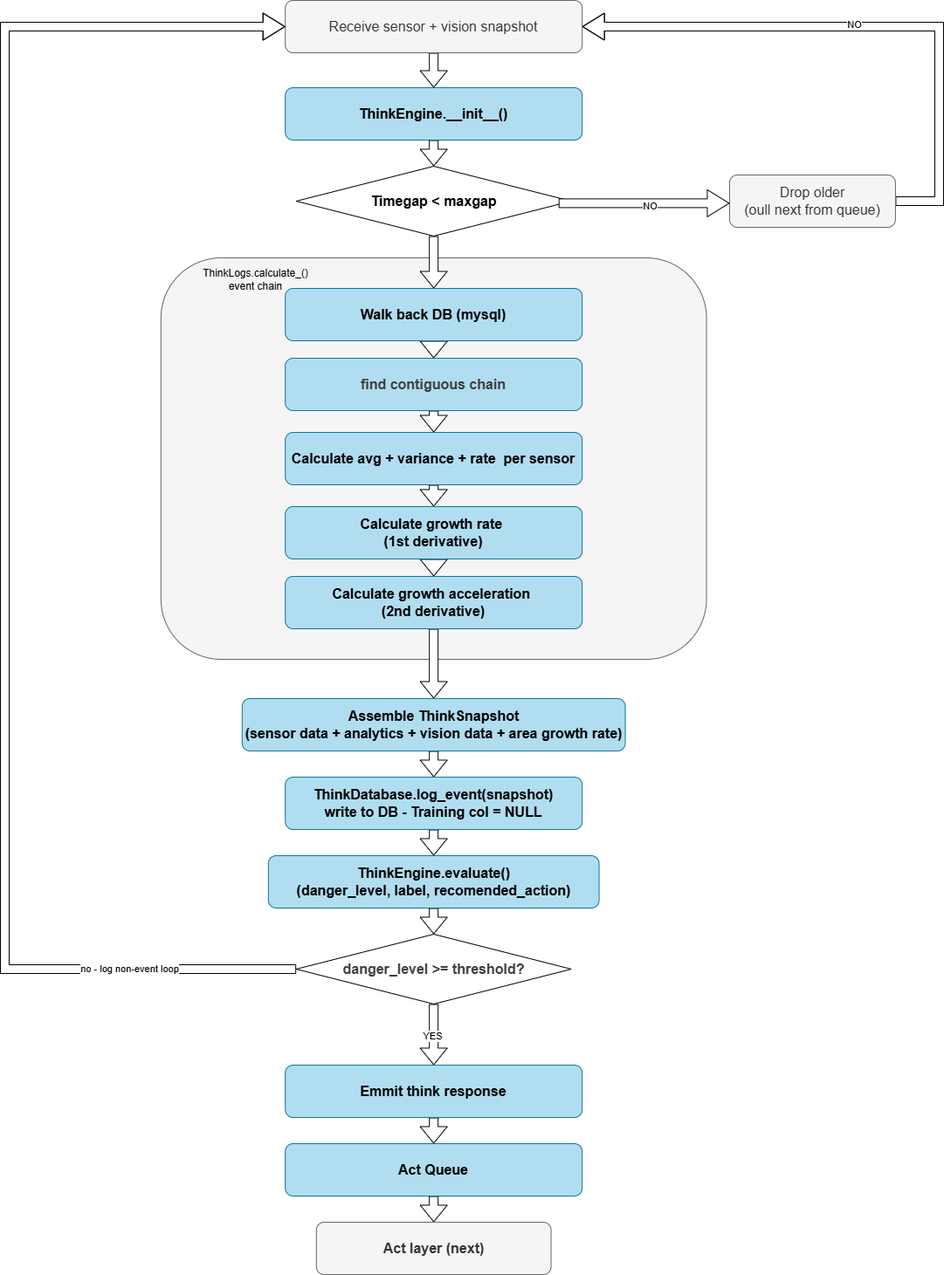
This is assets/flowchart_think.png from maya-fakih/smart_fire_extinguisher, a draw.io export, as it was before one commit. Source tidied: cells renumbered, new cells last; positions are measured from the earlier drawing's top-left corner, leaving out a move shared by most shapes. The source it was exported from:
```xml
<mxGraphModel>
  <root>
    <mxCell id="0" />
    <mxCell id="1" parent="0" />
    <mxCell id="2" value="T" style="rounded=1;whiteSpace=wrap;html=1;fillColor=#f5f5f5;strokeColor=#666666;fontColor=#333333;" parent="1" vertex="1">
      <mxGeometry x="178.8" y="295" width="624.7" height="460" as="geometry" />
    </mxCell>
    <mxCell id="3" style="edgeStyle=none;html=1;shape=flexArrow;fillColor=default;" parent="1" edge="1" source="4" target="8">
      <mxGeometry relative="1" as="geometry" />
    </mxCell>
    <mxCell id="4" value="&lt;font style=&quot;font-size: 16px;&quot;&gt;Receive sensor + vision snapshot&lt;/font&gt;" style="rounded=1;whiteSpace=wrap;html=1;fillColor=#f5f5f5;strokeColor=#666666;fontColor=#333333;" parent="1" vertex="1">
      <mxGeometry x="321.2" width="340" height="60" as="geometry" />
    </mxCell>
    <mxCell id="5" style="edgeStyle=none;html=1;entryX=0.5;entryY=0;entryDx=0;entryDy=0;shape=flexArrow;fillColor=default;" parent="1" edge="1" source="6" target="10">
      <mxGeometry relative="1" as="geometry" />
    </mxCell>
    <mxCell id="6" value="&lt;b&gt;&lt;font style=&quot;font-size: 16px;&quot;&gt;Timegap &amp;lt; maxgap&lt;/font&gt;&lt;/b&gt;" style="rhombus;whiteSpace=wrap;html=1;" parent="1" vertex="1">
      <mxGeometry x="333.7" y="190" width="315" height="80" as="geometry" />
    </mxCell>
    <mxCell id="7" style="edgeStyle=none;html=1;shape=flexArrow;fillColor=default;" parent="1" edge="1" source="8" target="6">
      <mxGeometry relative="1" as="geometry" />
    </mxCell>
    <mxCell id="8" value="&lt;font style=&quot;font-size: 16px;&quot;&gt;&lt;b&gt;ThinkEngine.__init__()&lt;/b&gt;&lt;/font&gt;" style="rounded=1;whiteSpace=wrap;html=1;fillColor=#b1ddf0;strokeColor=#10739e;" parent="1" vertex="1">
      <mxGeometry x="321.2" y="100" width="340" height="60" as="geometry" />
    </mxCell>
    <mxCell id="9" style="edgeStyle=none;html=1;shape=flexArrow;fillColor=default;" parent="1" edge="1" source="10" target="12">
      <mxGeometry relative="1" as="geometry" />
    </mxCell>
    <mxCell id="10" value="&lt;font style=&quot;font-size: 16px;&quot;&gt;&lt;b&gt;Walk back DB (mysql)&lt;/b&gt;&lt;/font&gt;" style="rounded=1;whiteSpace=wrap;html=1;fillColor=#b1ddf0;strokeColor=#10739e;" parent="1" vertex="1">
      <mxGeometry x="321.2" y="330" width="340" height="60" as="geometry" />
    </mxCell>
    <mxCell id="11" style="edgeStyle=none;html=1;shape=flexArrow;fillColor=default;" parent="1" edge="1" source="12" target="14">
      <mxGeometry relative="1" as="geometry" />
    </mxCell>
    <mxCell id="12" value="&lt;div style=&quot;text-align: start;&quot;&gt;&lt;b style=&quot;color: rgb(63, 63, 63); font-size: 16px; background-color: transparent;&quot;&gt;find contiguous&lt;/b&gt;&lt;b style=&quot;color: rgb(63, 63, 63); font-size: 16px; background-color: transparent;&quot;&gt;&amp;nbsp;chain&lt;/b&gt;&lt;/div&gt;" style="rounded=1;whiteSpace=wrap;html=1;fillColor=#b1ddf0;strokeColor=#10739e;" parent="1" vertex="1">
      <mxGeometry x="321.2" y="410" width="340" height="60" as="geometry" />
    </mxCell>
    <mxCell id="13" style="edgeStyle=none;html=1;shape=flexArrow;fillColor=default;" parent="1" edge="1" source="14" target="16">
      <mxGeometry relative="1" as="geometry" />
    </mxCell>
    <mxCell id="14" value="&lt;div style=&quot;text-align: start;&quot;&gt;&lt;span style=&quot;font-size: 16px;&quot;&gt;&lt;b&gt;Calculate avg + variance + rate&amp;nbsp; per sensor&lt;/b&gt;&lt;/span&gt;&lt;/div&gt;" style="rounded=1;whiteSpace=wrap;html=1;fillColor=#b1ddf0;strokeColor=#10739e;" parent="1" vertex="1">
      <mxGeometry x="321.2" y="495" width="340" height="60" as="geometry" />
    </mxCell>
    <mxCell id="15" style="edgeStyle=none;html=1;shape=flexArrow;fillColor=default;" parent="1" edge="1" source="16" target="18">
      <mxGeometry relative="1" as="geometry" />
    </mxCell>
    <mxCell id="16" value="&lt;span style=&quot;font-size: 16px;&quot;&gt;&lt;b&gt;Calculate growth rate&amp;nbsp;&lt;/b&gt;&lt;/span&gt;&lt;div&gt;&lt;span style=&quot;font-size: 16px;&quot;&gt;&lt;b&gt;(1st derivative)&lt;/b&gt;&lt;/span&gt;&lt;/div&gt;" style="rounded=1;whiteSpace=wrap;html=1;fillColor=#b1ddf0;strokeColor=#10739e;" parent="1" vertex="1">
      <mxGeometry x="321.2" y="580" width="340" height="60" as="geometry" />
    </mxCell>
    <mxCell id="17" style="edgeStyle=none;html=1;shape=flexArrow;fillColor=default;" parent="1" edge="1" source="18" target="20">
      <mxGeometry relative="1" as="geometry" />
    </mxCell>
    <mxCell id="18" value="&lt;span style=&quot;font-size: 16px;&quot;&gt;&lt;b&gt;Calculate growth acceleration&amp;nbsp;&lt;/b&gt;&lt;/span&gt;&lt;div&gt;&lt;span style=&quot;font-size: 16px;&quot;&gt;&lt;b&gt;(2nd derivative)&lt;/b&gt;&lt;/span&gt;&lt;/div&gt;" style="rounded=1;whiteSpace=wrap;html=1;fillColor=#b1ddf0;strokeColor=#10739e;" parent="1" vertex="1">
      <mxGeometry x="321.2" y="660" width="340" height="60" as="geometry" />
    </mxCell>
    <mxCell id="19" style="edgeStyle=none;html=1;shape=flexArrow;fillColor=default;" parent="1" edge="1" source="20" target="22">
      <mxGeometry relative="1" as="geometry" />
    </mxCell>
    <mxCell id="20" value="&lt;span style=&quot;font-size: 16px;&quot;&gt;&lt;b&gt;Assemble ThinkSnapshot&lt;/b&gt;&lt;/span&gt;&lt;div&gt;&lt;span style=&quot;font-size: 16px;&quot;&gt;&lt;b&gt;(sensor data + analytics + vision data + area growth rate)&lt;/b&gt;&lt;/span&gt;&lt;/div&gt;" style="rounded=1;whiteSpace=wrap;html=1;fillColor=#b1ddf0;strokeColor=#10739e;" parent="1" vertex="1">
      <mxGeometry x="271.8" y="800" width="438.8" height="60" as="geometry" />
    </mxCell>
    <mxCell id="21" style="edgeStyle=none;html=1;shape=flexArrow;fillColor=default;" parent="1" edge="1" source="22" target="24">
      <mxGeometry relative="1" as="geometry" />
    </mxCell>
    <mxCell id="22" value="&lt;span style=&quot;font-size: 16px;&quot;&gt;&lt;b&gt;ThinkDatabase.log_event(snapshot)&lt;/b&gt;&lt;/span&gt;&lt;div&gt;&lt;span style=&quot;font-size: 16px;&quot;&gt;&lt;b&gt;write to DB - Training col = NULL&lt;/b&gt;&lt;/span&gt;&lt;/div&gt;" style="rounded=1;whiteSpace=wrap;html=1;fillColor=#b1ddf0;strokeColor=#10739e;" parent="1" vertex="1">
      <mxGeometry x="321.2" y="890" width="340" height="60" as="geometry" />
    </mxCell>
    <mxCell id="23" style="edgeStyle=none;html=1;entryX=0.5;entryY=0;entryDx=0;entryDy=0;shape=flexArrow;fillColor=default;" parent="1" edge="1" source="24" target="27">
      <mxGeometry relative="1" as="geometry" />
    </mxCell>
    <mxCell id="24" value="&lt;span style=&quot;font-size: 16px;&quot;&gt;&lt;b&gt;ThinkEngine.evaluate()&lt;/b&gt;&lt;/span&gt;&lt;div&gt;&lt;span style=&quot;font-size: 16px;&quot;&gt;&lt;b&gt;(danger_level, label, recomended_action)&lt;/b&gt;&lt;/span&gt;&lt;/div&gt;" style="rounded=1;whiteSpace=wrap;html=1;fillColor=#b1ddf0;strokeColor=#10739e;" parent="1" vertex="1">
      <mxGeometry x="301.8" y="980" width="378.8" height="60" as="geometry" />
    </mxCell>
    <mxCell id="25" style="edgeStyle=none;html=1;entryX=0.5;entryY=0;entryDx=0;entryDy=0;shape=flexArrow;fillColor=default;" parent="1" edge="1" source="27" target="29">
      <mxGeometry relative="1" as="geometry" />
    </mxCell>
    <mxCell id="26" value="YES" style="edgeLabel;html=1;align=center;verticalAlign=middle;" parent="25" vertex="1">
      <mxGeometry x="0.06" y="-2" relative="1" as="geometry" />
    </mxCell>
    <mxCell id="27" value="&lt;b style=&quot;scrollbar-color: rgb(226, 226, 226) rgb(251, 251, 251); color: rgb(63, 63, 63);&quot;&gt;&lt;font style=&quot;scrollbar-color: rgb(226, 226, 226) rgb(251, 251, 251); font-size: 16px; color: rgb(63, 63, 63);&quot;&gt;danger_level &amp;gt;= threshold?&lt;/font&gt;&lt;/b&gt;" style="rhombus;whiteSpace=wrap;html=1;" parent="1" vertex="1">
      <mxGeometry x="333.7" y="1070" width="315" height="80" as="geometry" />
    </mxCell>
    <mxCell id="28" style="edgeStyle=none;html=1;shape=flexArrow;fillColor=default;" parent="1" edge="1" source="29" target="31">
      <mxGeometry relative="1" as="geometry" />
    </mxCell>
    <mxCell id="29" value="&lt;span style=&quot;font-size: 16px;&quot;&gt;&lt;b&gt;Emmit think response&lt;/b&gt;&lt;/span&gt;" style="rounded=1;whiteSpace=wrap;html=1;fillColor=#b1ddf0;strokeColor=#10739e;" parent="1" vertex="1">
      <mxGeometry x="321.2" y="1220" width="340" height="60" as="geometry" />
    </mxCell>
    <mxCell id="30" style="edgeStyle=none;html=1;shape=flexArrow;fillColor=default;" parent="1" edge="1" source="31" target="32">
      <mxGeometry relative="1" as="geometry" />
    </mxCell>
    <mxCell id="31" value="&lt;span style=&quot;font-size: 16px;&quot;&gt;&lt;b&gt;Act Queue&lt;/b&gt;&lt;/span&gt;" style="rounded=1;whiteSpace=wrap;html=1;fillColor=#b1ddf0;strokeColor=#10739e;" parent="1" vertex="1">
      <mxGeometry x="321.2" y="1310" width="340" height="60" as="geometry" />
    </mxCell>
    <mxCell id="32" value="&lt;span style=&quot;font-size: 16px;&quot;&gt;&lt;b&gt;Act layer (next)&lt;/b&gt;&lt;/span&gt;" style="rounded=1;whiteSpace=wrap;html=1;fillColor=#f5f5f5;strokeColor=#666666;fontColor=#333333;" parent="1" vertex="1">
      <mxGeometry x="356.8" y="1400" width="268.8" height="60" as="geometry" />
    </mxCell>
    <mxCell id="33" style="edgeStyle=segmentEdgeStyle;endArrow=classic;html=1;curved=0;rounded=0;endSize=8;startSize=8;exitX=0;exitY=0.5;exitDx=0;exitDy=0;entryX=0;entryY=0.5;entryDx=0;entryDy=0;shape=flexArrow;fillColor=default;" parent="1" edge="1" source="27" target="4">
      <mxGeometry relative="1" as="geometry">
        <Array as="points">
          <mxPoint y="1110" />
          <mxPoint y="30" />
        </Array>
      </mxGeometry>
    </mxCell>
    <mxCell id="34" value="&lt;div&gt;&lt;/div&gt;" style="edgeLabel;html=1;align=center;verticalAlign=middle;" parent="33" vertex="1">
      <mxGeometry x="-0.78" y="-3" relative="1" as="geometry" />
    </mxCell>
    <mxCell id="35" value="&lt;span&gt;&lt;font style=&quot;color: rgb(0, 0, 0);&quot;&gt;&lt;/font&gt;&lt;/span&gt;&lt;div&gt;&lt;/div&gt;" style="edgeLabel;html=1;align=center;verticalAlign=middle;" parent="33" vertex="1">
      <mxGeometry x="-0.79" relative="1" as="geometry" />
    </mxCell>
    <mxCell id="36" value="no - log non-event loop" style="edgeLabel;html=1;align=center;verticalAlign=middle;" parent="33" vertex="1">
      <mxGeometry x="-0.78" y="-1" relative="1" as="geometry" />
    </mxCell>
    <mxCell id="37" value="ThinkLogs.calculate_()&lt;div&gt;event chain&lt;/div&gt;" style="text;html=1;align=center;verticalAlign=middle;strokeColor=none;fillColor=none;" parent="1" vertex="1">
      <mxGeometry x="216.8" y="300" width="140" height="40" as="geometry" />
    </mxCell>
    <mxCell id="38" style="edgeStyle=segmentEdgeStyle;endArrow=classic;html=1;curved=0;rounded=0;endSize=8;startSize=8;entryX=1;entryY=0.5;entryDx=0;entryDy=0;exitX=1;exitY=0.5;exitDx=0;exitDy=0;shape=flexArrow;fillColor=default;" parent="1" edge="1" source="40" target="4">
      <mxGeometry relative="1" as="geometry">
        <Array as="points">
          <mxPoint x="1070" y="230" />
          <mxPoint x="1070" y="30" />
        </Array>
      </mxGeometry>
    </mxCell>
    <mxCell id="39" value="NO" style="edgeLabel;html=1;align=center;verticalAlign=middle;" parent="38" vertex="1">
      <mxGeometry x="0.06" y="-3" relative="1" as="geometry" />
    </mxCell>
    <mxCell id="40" value="&lt;font style=&quot;font-size: 16px;&quot;&gt;Drop older&lt;/font&gt;&lt;div&gt;&lt;font style=&quot;font-size: 16px;&quot;&gt;(oull next from queue)&lt;/font&gt;&lt;/div&gt;" style="rounded=1;whiteSpace=wrap;html=1;fillColor=#f5f5f5;strokeColor=#666666;fontColor=#333333;" parent="1" vertex="1">
      <mxGeometry x="829.9" y="200" width="190" height="60" as="geometry" />
    </mxCell>
    <mxCell id="41" style="edgeStyle=segmentEdgeStyle;endArrow=classic;html=1;curved=0;rounded=0;endSize=8;startSize=8;exitX=0.954;exitY=0.53;exitDx=0;exitDy=0;exitPerimeter=0;shape=flexArrow;fillColor=default;" parent="1" edge="1" source="6" target="40">
      <mxGeometry relative="1" as="geometry" />
    </mxCell>
    <mxCell id="42" value="NO" style="edgeLabel;html=1;align=center;verticalAlign=middle;" parent="41" vertex="1">
      <mxGeometry x="0.06" y="-3" relative="1" as="geometry" />
    </mxCell>
  </root>
</mxGraphModel>
```
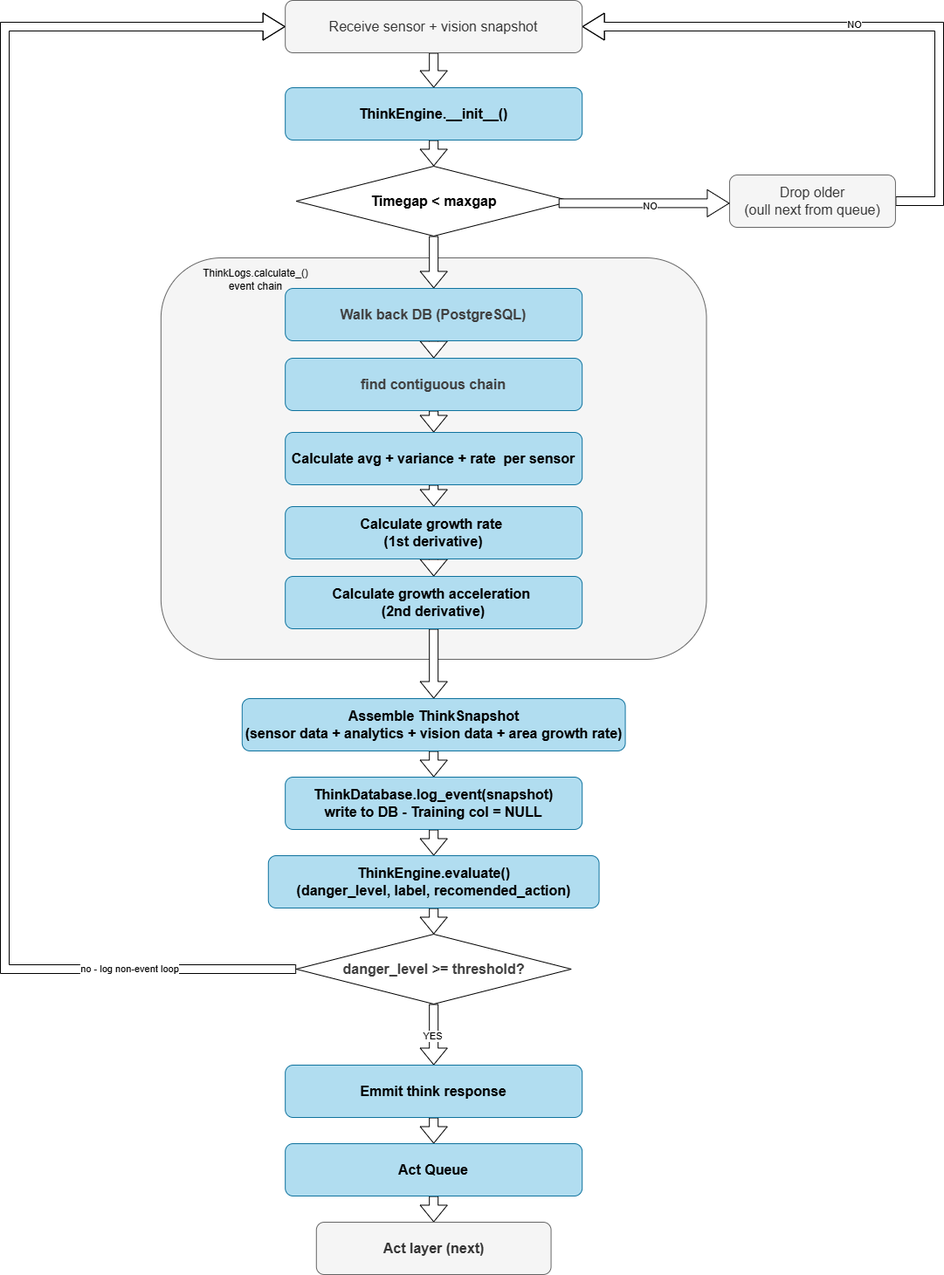
After the commit.

Commit message:
fixed think flowchart

Change to the diagram source:
```diff
@@ -26,7 +26,7 @@
     <mxCell id="9" style="edgeStyle=none;html=1;shape=flexArrow;fillColor=default;" parent="1" edge="1" source="10" target="12">
       <mxGeometry relative="1" as="geometry" />
     </mxCell>
-    <mxCell id="10" value="&lt;font style=&quot;font-size: 16px;&quot;&gt;&lt;b&gt;Walk back DB (mysql)&lt;/b&gt;&lt;/font&gt;" style="rounded=1;whiteSpace=wrap;html=1;fillColor=#b1ddf0;strokeColor=#10739e;" parent="1" vertex="1">
+    <mxCell id="10" value="&lt;b style=&quot;color: rgb(63, 63, 63); scrollbar-color: rgb(226, 226, 226) rgb(251, 251, 251); font-size: 16px;&quot;&gt;Walk back DB (PostgreSQL)&lt;/b&gt;" style="rounded=1;whiteSpace=wrap;html=1;fillColor=#b1ddf0;strokeColor=#10739e;" parent="1" vertex="1">
       <mxGeometry x="321.2" y="330" width="340" height="60" as="geometry" />
     </mxCell>
     <mxCell id="11" style="edgeStyle=none;html=1;shape=flexArrow;fillColor=default;" parent="1" edge="1" source="12" target="14">
```
